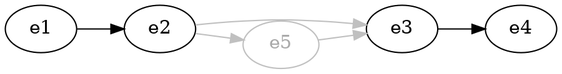
The Graphviz diagram slides/tad/lista-insert2.dot.png in jgsogo/eda, before a commit. Its source is kept beside it as slides/tad/lista-insert2.dot. Its diagram source:
```dot
digraph structs {
    nodesep=.05;
    rankdir=LR;

    e1 -> e2
    e2 -> e3 [color=grey]
    e3 -> e4
    e5 [label=< <font color="#aaaaaa">e5</font> > color=grey]
    e2 -> e5 [color=grey]
    e5 -> e3 [color=grey]

}
```
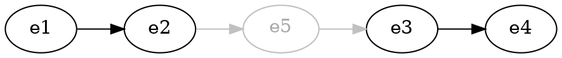
The same diagram one commit later.

The edit, as a diff of the source:
```diff
@@ -3,7 +3,6 @@
     rankdir=LR;
 
     e1 -> e2
-    e2 -> e3 [color=grey]
     e3 -> e4
     e5 [label=< <font color="#aaaaaa">e5</font> > color=grey]
     e2 -> e5 [color=grey]
```
